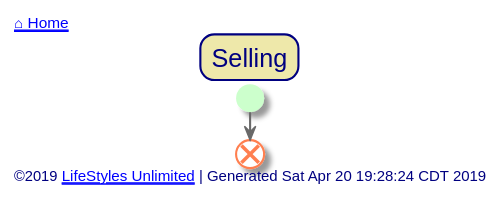
Above: out/src/single-family/selling.svg in toddmo/lifestylesunlimited (PlantUML), before the change.
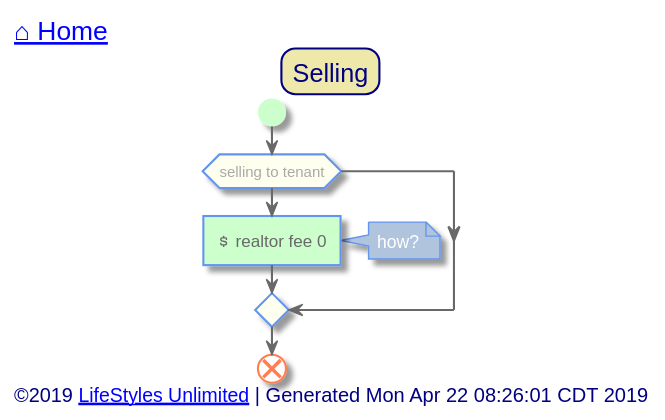
The same file after the commit.

Diff of the diagram source:
```diff
@@ -73,7 +73,7 @@
 
 
 left header
-	<font color=Navy>[[../index.svg ⌂ Home]]</font>
+	<font color=Navy size=18>[[../index.svg ⌂ Home]]</font>
 endheader
 
 
@@ -81,11 +81,19 @@
 
 	start
 
+	if(selling to tenant)
+		#PHYSICAL:<&dollar> realtor fee 0]
+		note right: how?
+	else
+	endif
+
+
+
 	end
 
 
 left footer
-	©2019 [[http://www.lifestylesunlimited.com LifeStyles Unlimited]] | Generated Sat Apr 20 19:28:24 CDT 2019
+	<font size=14>©2019 [[http://www.lifestylesunlimited.com LifeStyles Unlimited]] | Generated Mon Apr 22 08:26:01 CDT 2019</font>
 endfooter
 
 
```
